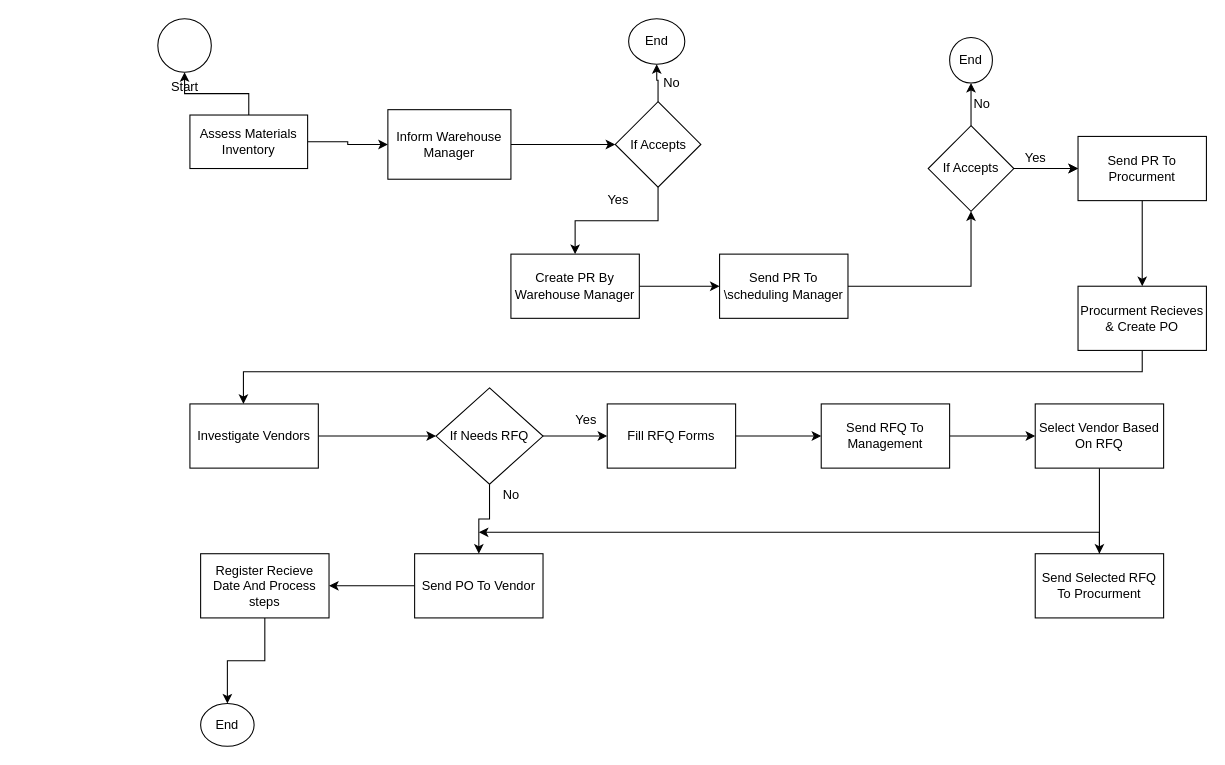
The draw.io diagram Untitled Diagram.drawio in YousefShokati/YousefShokati, before the edit. Source tidied: cells renumbered, new cells numbered last; positions are measured from the earlier drawing's top-left corner, leaving out a move shared by most shapes. Both pictures are drawn from the tidied source at 107%, with x=0, y=0 at pixel (157, 18).
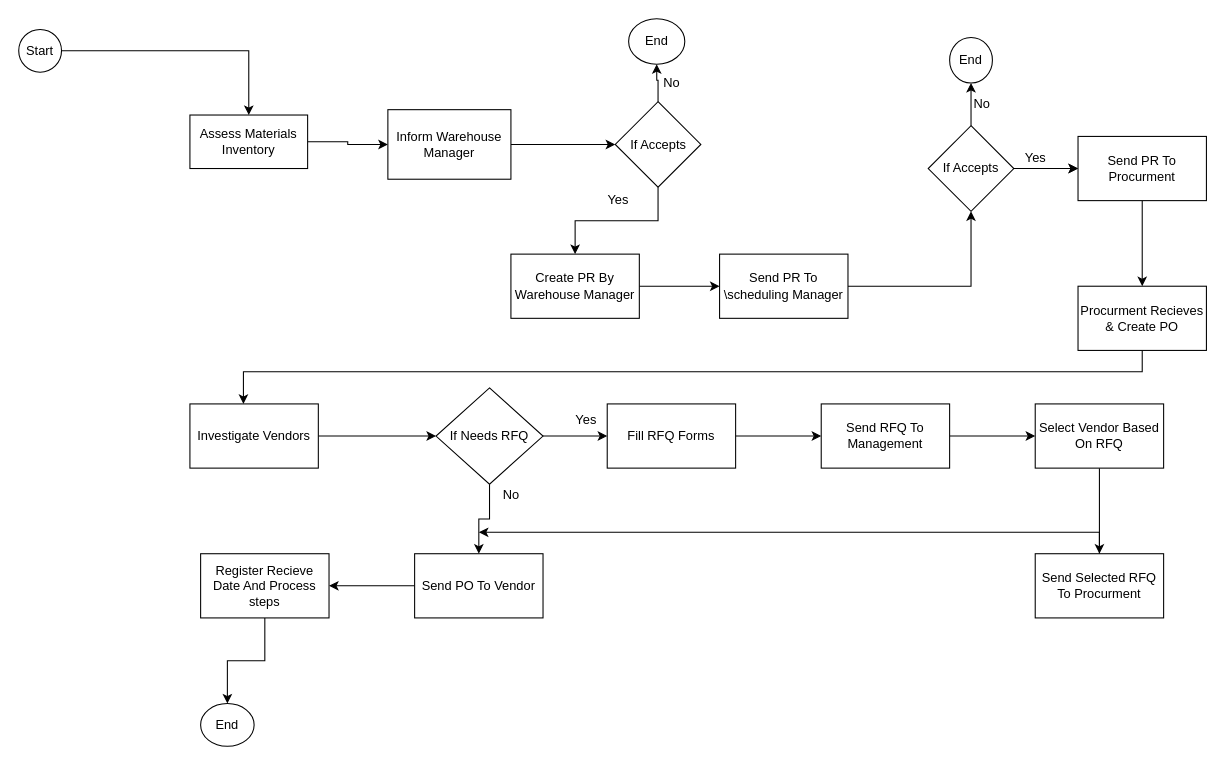
The same page after the edit.

The change refers to these unchanged cells:
```xml
<mxCell id="5" value="Assess Materials Inventory" style="rounded=0;whiteSpace=wrap;html=1;" parent="1" vertex="1">
  <mxGeometry x="30" y="90" width="110" height="50" as="geometry" />
</mxCell>
```

Diff of the diagram source:
```diff
@@
-    <mxCell id="2" value="Start" style="shape=mxgraph.bpmn.shape;html=1;verticalLabelPosition=bottom;labelBackgroundColor=#ffffff;verticalAlign=top;perimeter=ellipsePerimeter;outline=standard;symbol=general;" parent="1" vertex="1">
-      <mxGeometry width="50" height="50" as="geometry" />
-    </mxCell>
@@
-    <mxCell id="4" style="edgeStyle=orthogonalEdgeStyle;rounded=0;jettySize=auto;html=1;" parent="1" edge="1" source="5" target="2">
-      <mxGeometry relative="1" as="geometry" />
-    </mxCell>
@@
+    <mxCell id="49" style="edgeStyle=orthogonalEdgeStyle;rounded=0;jettySize=auto;html=1;entryX=0.5;entryY=0;entryDx=0;entryDy=0;" parent="1" edge="1" source="2" target="5">
+      <mxGeometry relative="1" as="geometry" />
+    </mxCell>
+    <mxCell id="2" value="Start" style="ellipse;whiteSpace=wrap;html=1;" parent="1" vertex="1">
+      <mxGeometry x="-130" y="10" width="40" height="40" as="geometry" />
+    </mxCell>
```
